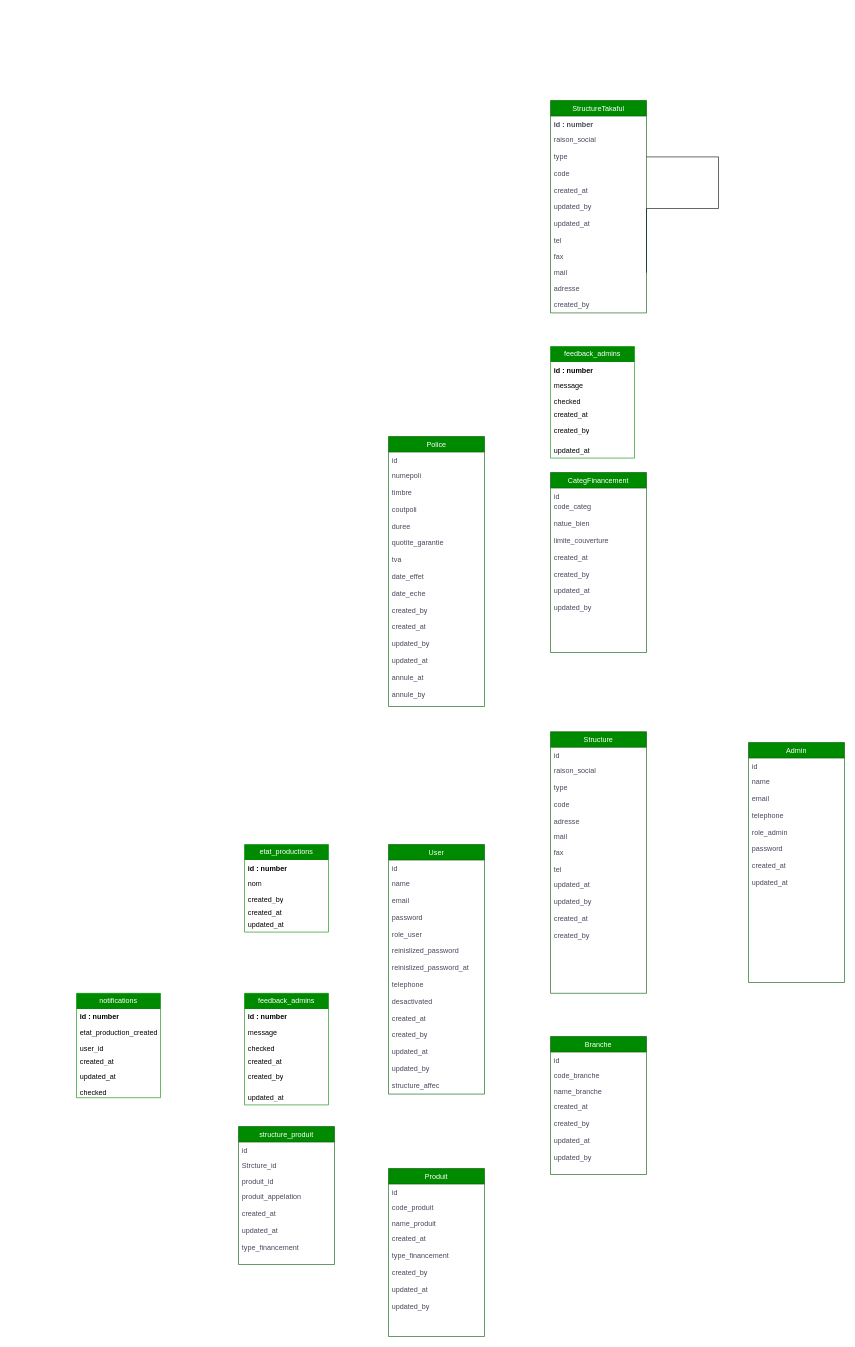
Earlier version of the draw.io diagram takavisionv2.drawio (066516/e-Commerce-rest-api). Source tidied: cells renumbered, new cells numbered last; positions are measured from the earlier drawing's top-left corner, leaving out a move shared by most shapes. Both pictures are drawn from the tidied source at 60%, with x=0, y=0 at pixel (76, 100).
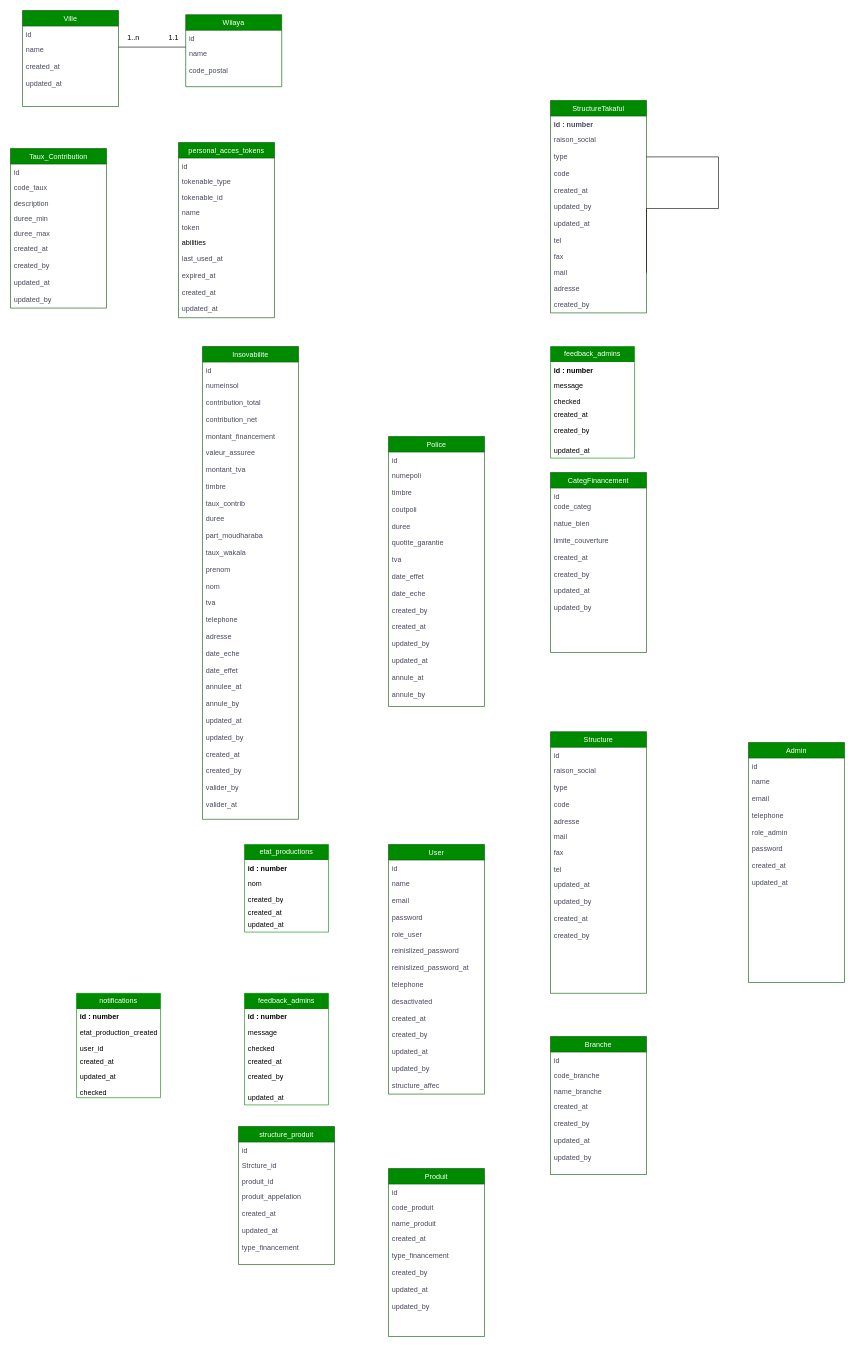
Above is the later version.

The edit, as a diff of the source:
```diff
@@
+    <mxCell id="130" value="Insovabilite" style="swimlane;fontStyle=0;align=center;verticalAlign=top;horizontal=1;startSize=26;rounded=0;shadow=0;strokeWidth=1;labelBackgroundColor=none;fillColor=#008a00;strokeColor=#005700;fontColor=#ffffff;" parent="1" vertex="1">
+      <mxGeometry x="210" y="410" width="160" height="788" as="geometry" />
+    </mxCell>
+    <mxCell id="131" value="id" style="text;align=left;verticalAlign=top;spacingLeft=4;spacingRight=4;overflow=hidden;labelBackgroundColor=none;fontColor=#46495D;rounded=0;" parent="130" vertex="1">
+      <mxGeometry y="26" width="160" height="26" as="geometry" />
+    </mxCell>
+    <mxCell id="132" value="numeinsol" style="text;align=left;verticalAlign=top;spacingLeft=4;spacingRight=4;overflow=hidden;rounded=0;shadow=0;html=0;labelBackgroundColor=none;fontColor=#46495D;" parent="130" vertex="1">
+      <mxGeometry y="52" width="160" height="28" as="geometry" />
+    </mxCell>
+    <mxCell id="133" value="contribution_total" style="text;align=left;verticalAlign=top;spacingLeft=4;spacingRight=4;overflow=hidden;rounded=0;shadow=0;html=0;labelBackgroundColor=none;fontColor=#46495D;" parent="130" vertex="1">
+      <mxGeometry y="80" width="160" height="28" as="geometry" />
+    </mxCell>
+    <mxCell id="134" value="contribution_net" style="text;align=left;verticalAlign=top;spacingLeft=4;spacingRight=4;overflow=hidden;rounded=0;shadow=0;html=0;labelBackgroundColor=none;fontColor=#46495D;" parent="130" vertex="1">
+      <mxGeometry y="108" width="160" height="28" as="geometry" />
+    </mxCell>
+    <mxCell id="135" value="montant_financement" style="text;align=left;verticalAlign=top;spacingLeft=4;spacingRight=4;overflow=hidden;rounded=0;shadow=0;html=0;labelBackgroundColor=none;fontColor=#46495D;" parent="130" vertex="1">
+      <mxGeometry y="136" width="160" height="28" as="geometry" />
+    </mxCell>
+    <mxCell id="136" value="valeur_assuree" style="text;align=left;verticalAlign=top;spacingLeft=4;spacingRight=4;overflow=hidden;rounded=0;shadow=0;html=0;labelBackgroundColor=none;fontColor=#46495D;" parent="130" vertex="1">
+      <mxGeometry y="164" width="160" height="28" as="geometry" />
+    </mxCell>
+    <mxCell id="137" value="montant_tva" style="text;align=left;verticalAlign=top;spacingLeft=4;spacingRight=4;overflow=hidden;rounded=0;shadow=0;html=0;labelBackgroundColor=none;fontColor=#46495D;" parent="130" vertex="1">
+      <mxGeometry y="192" width="160" height="28" as="geometry" />
+    </mxCell>
+    <mxCell id="138" value="timbre" style="text;align=left;verticalAlign=top;spacingLeft=4;spacingRight=4;overflow=hidden;rounded=0;shadow=0;html=0;labelBackgroundColor=none;fontColor=#46495D;" parent="130" vertex="1">
+      <mxGeometry y="220" width="160" height="28" as="geometry" />
+    </mxCell>
+    <mxCell id="139" value="taux_contrib" style="text;align=left;verticalAlign=top;spacingLeft=4;spacingRight=4;overflow=hidden;rounded=0;shadow=0;html=0;labelBackgroundColor=none;fontColor=#46495D;" parent="130" vertex="1">
+      <mxGeometry y="248" width="160" height="26" as="geometry" />
+    </mxCell>
+    <mxCell id="140" value="duree" style="text;align=left;verticalAlign=top;spacingLeft=4;spacingRight=4;overflow=hidden;rounded=0;shadow=0;html=0;labelBackgroundColor=none;fontColor=#46495D;" parent="130" vertex="1">
+      <mxGeometry y="274" width="160" height="28" as="geometry" />
+    </mxCell>
+    <mxCell id="141" value="part_moudharaba" style="text;align=left;verticalAlign=top;spacingLeft=4;spacingRight=4;overflow=hidden;rounded=0;shadow=0;html=0;labelBackgroundColor=none;fontColor=#46495D;" parent="130" vertex="1">
+      <mxGeometry y="302" width="160" height="28" as="geometry" />
+    </mxCell>
+    <mxCell id="142" value="taux_wakala" style="text;align=left;verticalAlign=top;spacingLeft=4;spacingRight=4;overflow=hidden;rounded=0;shadow=0;html=0;labelBackgroundColor=none;fontColor=#46495D;" parent="130" vertex="1">
+      <mxGeometry y="330" width="160" height="28" as="geometry" />
+    </mxCell>
+    <mxCell id="143" value="prenom" style="text;align=left;verticalAlign=top;spacingLeft=4;spacingRight=4;overflow=hidden;rounded=0;shadow=0;html=0;labelBackgroundColor=none;fontColor=#46495D;" parent="130" vertex="1">
+      <mxGeometry y="358" width="160" height="28" as="geometry" />
+    </mxCell>
+    <mxCell id="144" value="nom" style="text;align=left;verticalAlign=top;spacingLeft=4;spacingRight=4;overflow=hidden;rounded=0;shadow=0;html=0;labelBackgroundColor=none;fontColor=#46495D;" parent="130" vertex="1">
+      <mxGeometry y="386" width="160" height="28" as="geometry" />
+    </mxCell>
+    <mxCell id="145" value="tva" style="text;align=left;verticalAlign=top;spacingLeft=4;spacingRight=4;overflow=hidden;rounded=0;shadow=0;html=0;labelBackgroundColor=none;fontColor=#46495D;" parent="130" vertex="1">
+      <mxGeometry y="414" width="160" height="28" as="geometry" />
+    </mxCell>
+    <mxCell id="146" value="telephone" style="text;align=left;verticalAlign=top;spacingLeft=4;spacingRight=4;overflow=hidden;rounded=0;shadow=0;html=0;labelBackgroundColor=none;fontColor=#46495D;" parent="130" vertex="1">
+      <mxGeometry y="442" width="160" height="28" as="geometry" />
+    </mxCell>
+    <mxCell id="147" value="adresse" style="text;align=left;verticalAlign=top;spacingLeft=4;spacingRight=4;overflow=hidden;rounded=0;shadow=0;html=0;labelBackgroundColor=none;fontColor=#46495D;" parent="130" vertex="1">
+      <mxGeometry y="470" width="160" height="28" as="geometry" />
+    </mxCell>
+    <mxCell id="148" value="date_eche" style="text;align=left;verticalAlign=top;spacingLeft=4;spacingRight=4;overflow=hidden;rounded=0;shadow=0;html=0;labelBackgroundColor=none;fontColor=#46495D;" parent="130" vertex="1">
+      <mxGeometry y="498" width="160" height="28" as="geometry" />
+    </mxCell>
+    <mxCell id="149" value="date_effet" style="text;align=left;verticalAlign=top;spacingLeft=4;spacingRight=4;overflow=hidden;rounded=0;shadow=0;html=0;labelBackgroundColor=none;fontColor=#46495D;" parent="130" vertex="1">
+      <mxGeometry y="526" width="160" height="28" as="geometry" />
+    </mxCell>
+    <mxCell id="150" value="annulee_at" style="text;align=left;verticalAlign=top;spacingLeft=4;spacingRight=4;overflow=hidden;labelBackgroundColor=none;fontColor=#46495D;rounded=0;" parent="130" vertex="1">
+      <mxGeometry y="554" width="160" height="28" as="geometry" />
+    </mxCell>
+    <mxCell id="151" value="annule_by" style="text;align=left;verticalAlign=top;spacingLeft=4;spacingRight=4;overflow=hidden;labelBackgroundColor=none;fontColor=#46495D;rounded=0;" parent="130" vertex="1">
+      <mxGeometry y="582" width="160" height="28" as="geometry" />
+    </mxCell>
+    <mxCell id="152" value="updated_at" style="text;align=left;verticalAlign=top;spacingLeft=4;spacingRight=4;overflow=hidden;labelBackgroundColor=none;fontColor=#46495D;rounded=0;" parent="130" vertex="1">
+      <mxGeometry y="610" width="160" height="28" as="geometry" />
+    </mxCell>
+    <mxCell id="153" value="updated_by" style="text;align=left;verticalAlign=top;spacingLeft=4;spacingRight=4;overflow=hidden;labelBackgroundColor=none;fontColor=#46495D;rounded=0;" parent="130" vertex="1">
+      <mxGeometry y="638" width="160" height="28" as="geometry" />
+    </mxCell>
+    <mxCell id="154" value="created_at" style="text;align=left;verticalAlign=top;spacingLeft=4;spacingRight=4;overflow=hidden;labelBackgroundColor=none;fontColor=#46495D;rounded=0;" parent="130" vertex="1">
+      <mxGeometry y="666" width="160" height="28" as="geometry" />
+    </mxCell>
+    <mxCell id="155" value="created_by" style="text;align=left;verticalAlign=top;spacingLeft=4;spacingRight=4;overflow=hidden;labelBackgroundColor=none;fontColor=#46495D;rounded=0;" parent="130" vertex="1">
+      <mxGeometry y="694" width="160" height="28" as="geometry" />
+    </mxCell>
+    <mxCell id="156" value="valider_by" style="text;align=left;verticalAlign=top;spacingLeft=4;spacingRight=4;overflow=hidden;labelBackgroundColor=none;fontColor=#46495D;rounded=0;" parent="130" vertex="1">
+      <mxGeometry y="722" width="160" height="28" as="geometry" />
+    </mxCell>
+    <mxCell id="157" value="valider_at" style="text;align=left;verticalAlign=top;spacingLeft=4;spacingRight=4;overflow=hidden;labelBackgroundColor=none;fontColor=#46495D;rounded=0;" parent="130" vertex="1">
+      <mxGeometry y="750" width="160" height="28" as="geometry" />
+    </mxCell>
+    <mxCell id="158" value="Taux_Contribution" style="swimlane;fontStyle=0;align=center;verticalAlign=top;horizontal=1;startSize=26;rounded=0;shadow=0;strokeWidth=1;labelBackgroundColor=none;fillColor=#008a00;strokeColor=#005700;fontColor=#ffffff;" parent="1" vertex="1">
+      <mxGeometry x="-110" y="80" width="160" height="266" as="geometry" />
+    </mxCell>
+    <mxCell id="159" value="id" style="text;align=left;verticalAlign=top;spacingLeft=4;spacingRight=4;overflow=hidden;labelBackgroundColor=none;fontColor=#46495D;rounded=0;" parent="158" vertex="1">
+      <mxGeometry y="26" width="160" height="26" as="geometry" />
+    </mxCell>
+    <mxCell id="160" value="code_taux" style="text;align=left;verticalAlign=top;spacingLeft=4;spacingRight=4;overflow=hidden;rounded=0;shadow=0;html=0;labelBackgroundColor=none;fontColor=#46495D;" parent="158" vertex="1">
+      <mxGeometry y="52" width="160" height="26" as="geometry" />
+    </mxCell>
+    <mxCell id="161" value="description" style="text;align=left;verticalAlign=top;spacingLeft=4;spacingRight=4;overflow=hidden;rounded=0;shadow=0;html=0;labelBackgroundColor=none;fontColor=#46495D;" parent="158" vertex="1">
+      <mxGeometry y="78" width="160" height="26" as="geometry" />
+    </mxCell>
+    <mxCell id="162" value="duree_min" style="text;align=left;verticalAlign=top;spacingLeft=4;spacingRight=4;overflow=hidden;rounded=0;shadow=0;html=0;labelBackgroundColor=none;fontColor=#46495D;" parent="158" vertex="1">
+      <mxGeometry y="104" width="160" height="24" as="geometry" />
+    </mxCell>
+    <mxCell id="163" value="duree_max" style="text;align=left;verticalAlign=top;spacingLeft=4;spacingRight=4;overflow=hidden;rounded=0;shadow=0;html=0;labelBackgroundColor=none;fontColor=#46495D;" parent="158" vertex="1">
+      <mxGeometry y="128" width="160" height="26" as="geometry" />
+    </mxCell>
+    <mxCell id="164" value="created_at" style="text;align=left;verticalAlign=top;spacingLeft=4;spacingRight=4;overflow=hidden;labelBackgroundColor=none;fontColor=#46495D;rounded=0;" parent="158" vertex="1">
+      <mxGeometry y="154" width="160" height="28" as="geometry" />
+    </mxCell>
+    <mxCell id="165" value="created_by" style="text;align=left;verticalAlign=top;spacingLeft=4;spacingRight=4;overflow=hidden;labelBackgroundColor=none;fontColor=#46495D;rounded=0;" parent="158" vertex="1">
+      <mxGeometry y="182" width="160" height="28" as="geometry" />
+    </mxCell>
+    <mxCell id="166" value="updated_at" style="text;align=left;verticalAlign=top;spacingLeft=4;spacingRight=4;overflow=hidden;labelBackgroundColor=none;fontColor=#46495D;rounded=0;" parent="158" vertex="1">
+      <mxGeometry y="210" width="160" height="28" as="geometry" />
+    </mxCell>
+    <mxCell id="167" value="updated_by" style="text;align=left;verticalAlign=top;spacingLeft=4;spacingRight=4;overflow=hidden;labelBackgroundColor=none;fontColor=#46495D;rounded=0;" parent="158" vertex="1">
+      <mxGeometry y="238" width="160" height="28" as="geometry" />
+    </mxCell>
+    <mxCell id="168" value="Ville" style="swimlane;fontStyle=0;align=center;verticalAlign=top;horizontal=1;startSize=26;rounded=0;shadow=0;strokeWidth=1;labelBackgroundColor=none;fillColor=#008a00;strokeColor=#005700;fontColor=#ffffff;" parent="1" vertex="1">
+      <mxGeometry x="-90" y="-150" width="160" height="160" as="geometry" />
+    </mxCell>
+    <mxCell id="169" value="id" style="text;align=left;verticalAlign=top;spacingLeft=4;spacingRight=4;overflow=hidden;labelBackgroundColor=none;fontColor=#46495D;rounded=0;" parent="168" vertex="1">
+      <mxGeometry y="26" width="160" height="26" as="geometry" />
+    </mxCell>
+    <mxCell id="170" value="name" style="text;align=left;verticalAlign=top;spacingLeft=4;spacingRight=4;overflow=hidden;labelBackgroundColor=none;fontColor=#46495D;rounded=0;" parent="168" vertex="1">
+      <mxGeometry y="52" width="160" height="28" as="geometry" />
+    </mxCell>
+    <mxCell id="171" value="created_at" style="text;align=left;verticalAlign=top;spacingLeft=4;spacingRight=4;overflow=hidden;labelBackgroundColor=none;fontColor=#46495D;rounded=0;" parent="168" vertex="1">
+      <mxGeometry y="80" width="160" height="28" as="geometry" />
+    </mxCell>
+    <mxCell id="172" value="updated_at" style="text;align=left;verticalAlign=top;spacingLeft=4;spacingRight=4;overflow=hidden;labelBackgroundColor=none;fontColor=#46495D;rounded=0;" parent="168" vertex="1">
+      <mxGeometry y="108" width="160" height="28" as="geometry" />
+    </mxCell>
+    <mxCell id="173" value="Wilaya" style="swimlane;fontStyle=0;align=center;verticalAlign=top;horizontal=1;startSize=26;rounded=0;shadow=0;strokeWidth=1;labelBackgroundColor=none;fillColor=#008a00;strokeColor=#005700;fontColor=#ffffff;" parent="1" vertex="1">
+      <mxGeometry x="182" y="-143" width="160" height="120" as="geometry" />
+    </mxCell>
+    <mxCell id="174" value="id" style="text;align=left;verticalAlign=top;spacingLeft=4;spacingRight=4;overflow=hidden;labelBackgroundColor=none;fontColor=#46495D;rounded=0;" parent="173" vertex="1">
+      <mxGeometry y="26" width="160" height="26" as="geometry" />
+    </mxCell>
+    <mxCell id="175" value="name" style="text;align=left;verticalAlign=top;spacingLeft=4;spacingRight=4;overflow=hidden;labelBackgroundColor=none;fontColor=#46495D;rounded=0;" parent="173" vertex="1">
+      <mxGeometry y="52" width="160" height="28" as="geometry" />
+    </mxCell>
+    <mxCell id="176" value="code_postal" style="text;align=left;verticalAlign=top;spacingLeft=4;spacingRight=4;overflow=hidden;labelBackgroundColor=none;fontColor=#46495D;rounded=0;" parent="173" vertex="1">
+      <mxGeometry y="80" width="160" height="28" as="geometry" />
+    </mxCell>
+    <mxCell id="177" value="personal_acces_tokens" style="swimlane;fontStyle=0;align=center;verticalAlign=top;horizontal=1;startSize=26;rounded=0;shadow=0;strokeWidth=1;labelBackgroundColor=none;fillColor=#008a00;strokeColor=#005700;fontColor=#ffffff;" parent="1" vertex="1">
+      <mxGeometry x="170" y="70" width="160" height="292" as="geometry" />
+    </mxCell>
+    <mxCell id="178" value="id" style="text;align=left;verticalAlign=top;spacingLeft=4;spacingRight=4;overflow=hidden;labelBackgroundColor=none;fontColor=#46495D;rounded=0;" parent="177" vertex="1">
+      <mxGeometry y="26" width="160" height="26" as="geometry" />
+    </mxCell>
+    <mxCell id="179" value="tokenable_type" style="text;align=left;verticalAlign=top;spacingLeft=4;spacingRight=4;overflow=hidden;rounded=0;shadow=0;html=0;labelBackgroundColor=none;fontColor=#46495D;" parent="177" vertex="1">
+      <mxGeometry y="52" width="160" height="26" as="geometry" />
+    </mxCell>
+    <mxCell id="180" value="tokenable_id" style="text;align=left;verticalAlign=top;spacingLeft=4;spacingRight=4;overflow=hidden;rounded=0;shadow=0;html=0;labelBackgroundColor=none;fontColor=#46495D;" parent="177" vertex="1">
+      <mxGeometry y="78" width="160" height="26" as="geometry" />
+    </mxCell>
+    <mxCell id="181" value="name" style="text;align=left;verticalAlign=top;spacingLeft=4;spacingRight=4;overflow=hidden;rounded=0;shadow=0;html=0;labelBackgroundColor=none;fontColor=#46495D;" parent="177" vertex="1">
+      <mxGeometry y="104" width="160" height="24" as="geometry" />
+    </mxCell>
+    <mxCell id="182" value="token" style="text;align=left;verticalAlign=top;spacingLeft=4;spacingRight=4;overflow=hidden;rounded=0;shadow=0;html=0;labelBackgroundColor=none;fontColor=#46495D;" parent="177" vertex="1">
+      <mxGeometry y="128" width="160" height="26" as="geometry" />
+    </mxCell>
+    <mxCell id="183" value="abilities" style="text;strokeColor=none;fillColor=none;align=left;verticalAlign=top;spacingLeft=4;spacingRight=4;overflow=hidden;whiteSpace=wrap;html=1;" parent="177" vertex="1">
+      <mxGeometry y="154" width="160" height="26" as="geometry" />
+    </mxCell>
+    <mxCell id="184" value="last_used_at" style="text;align=left;verticalAlign=top;spacingLeft=4;spacingRight=4;overflow=hidden;labelBackgroundColor=none;fontColor=#46495D;rounded=0;" parent="177" vertex="1">
+      <mxGeometry y="180" width="160" height="28" as="geometry" />
+    </mxCell>
+    <mxCell id="185" value="expired_at" style="text;align=left;verticalAlign=top;spacingLeft=4;spacingRight=4;overflow=hidden;labelBackgroundColor=none;fontColor=#46495D;rounded=0;" parent="177" vertex="1">
+      <mxGeometry y="208" width="160" height="28" as="geometry" />
+    </mxCell>
+    <mxCell id="186" value="created_at" style="text;align=left;verticalAlign=top;spacingLeft=4;spacingRight=4;overflow=hidden;labelBackgroundColor=none;fontColor=#46495D;rounded=0;" parent="177" vertex="1">
+      <mxGeometry y="236" width="160" height="28" as="geometry" />
+    </mxCell>
+    <mxCell id="187" value="updated_at" style="text;align=left;verticalAlign=top;spacingLeft=4;spacingRight=4;overflow=hidden;labelBackgroundColor=none;fontColor=#46495D;rounded=0;" parent="177" vertex="1">
+      <mxGeometry y="264" width="160" height="28" as="geometry" />
+    </mxCell>
+    <mxCell id="188" style="line;strokeWidth=1;fillColor=none;align=left;verticalAlign=middle;spacingTop=-1;spacingLeft=3;spacingRight=3;labelPosition=right;strokeColor=inherit;" parent="1" vertex="1">
+      <mxGeometry x="70" y="-93" width="112" height="8" as="geometry" />
+    </mxCell>
+    <mxCell id="189" value="1..n" style="text;html=1;strokeColor=none;fillColor=none;align=center;verticalAlign=middle;whiteSpace=wrap;rounded=0;" parent="1" vertex="1">
+      <mxGeometry x="65" y="-120" width="60" height="30" as="geometry" />
+    </mxCell>
+    <mxCell id="190" value="1.1" style="text;html=1;strokeColor=none;fillColor=none;align=center;verticalAlign=middle;whiteSpace=wrap;rounded=0;" parent="1" vertex="1">
+      <mxGeometry x="134" y="-121" width="56" height="33" as="geometry" />
+    </mxCell>
```
